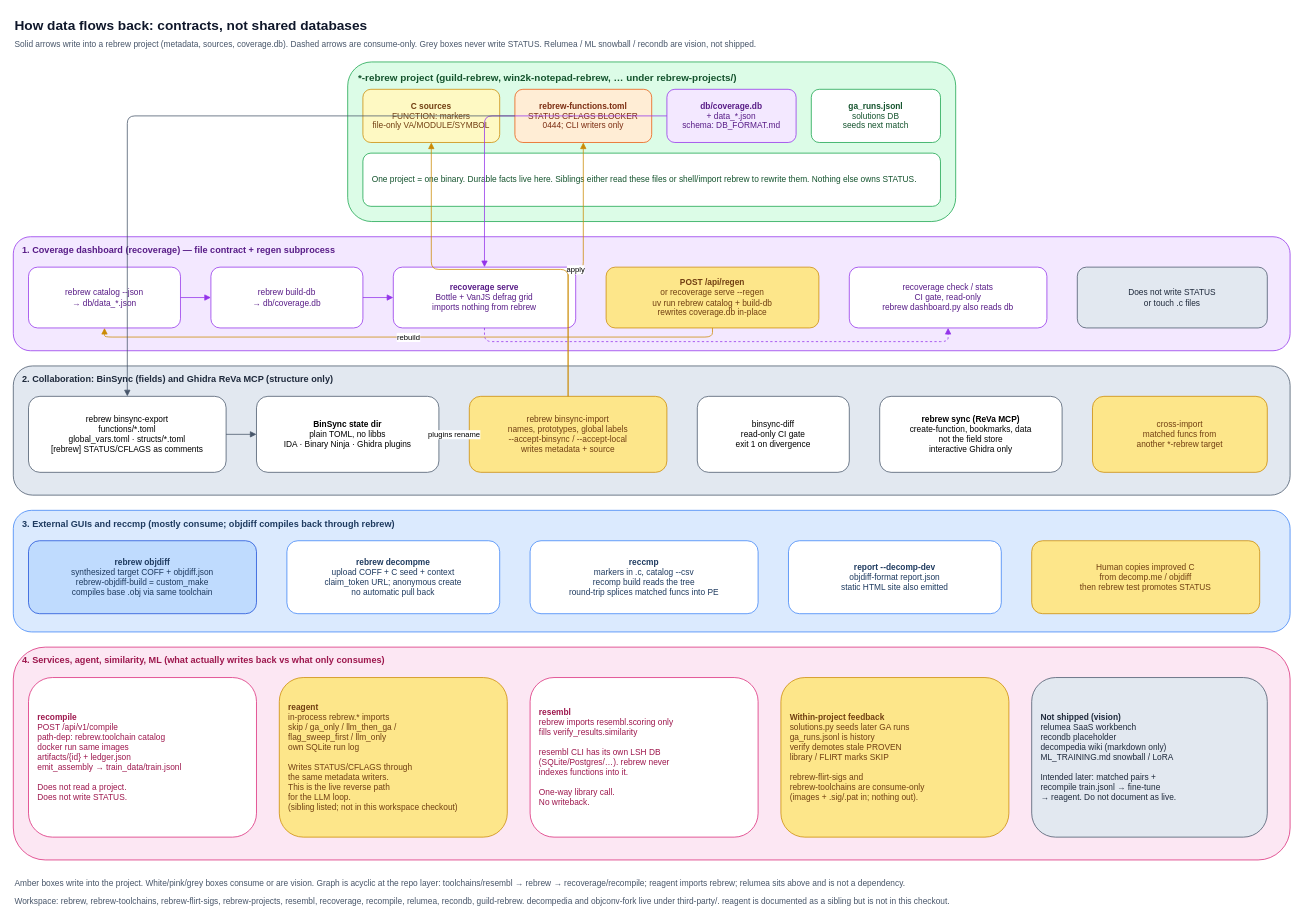
This is page "5. Reverse data flows" (5 of 9) of docs/architecture.drawio from maci0/rebrew, a draw.io file, before an edit. Source tidied: cells renumbered, new cells numbered last; positions are measured from the earlier drawing's top-left corner, leaving out a move shared by most shapes. Both pictures are drawn from the tidied source at 76%, with x=0, y=0 at pixel (13, 13).
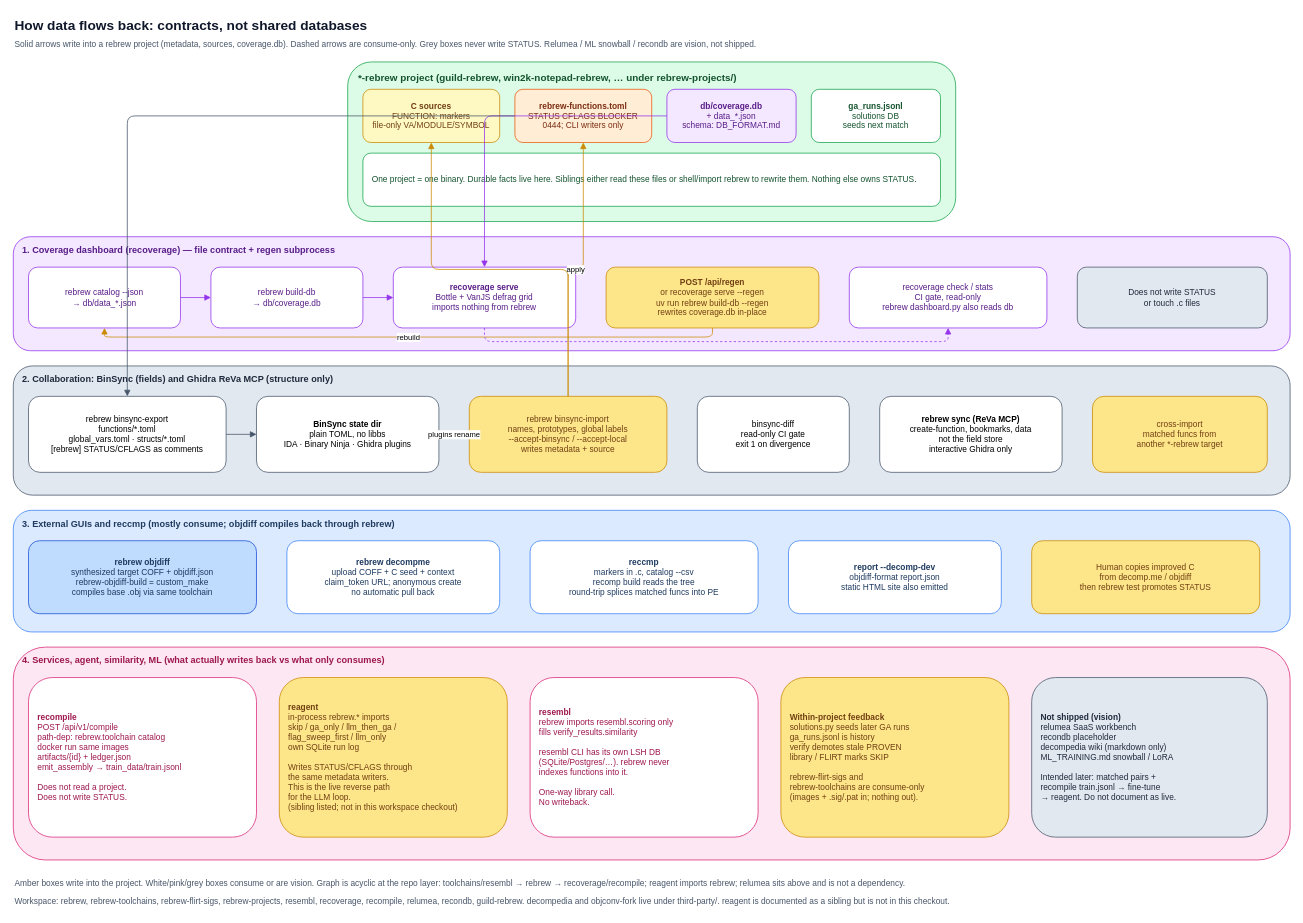
After the change.

What changed in the source:
```diff
@@
-    <mxCell id="14" value="&lt;b&gt;POST /api/regen&lt;/b&gt;&lt;br&gt;or recoverage serve --regen&lt;br&gt;uv run rebrew catalog + build-db&lt;br&gt;rewrites coverage.db in-place" style="rounded=1;whiteSpace=wrap;html=1;fillColor=#fde68a;strokeColor=#ca8a04;fontColor=#713f12;align=center;fontSize=11;" parent="1" vertex="1">
+    <mxCell id="14" value="&lt;b&gt;POST /api/regen&lt;/b&gt;&lt;br&gt;or recoverage serve --regen&lt;br&gt;uv run rebrew build-db --regen&lt;br&gt;rewrites coverage.db in-place" style="rounded=1;whiteSpace=wrap;html=1;fillColor=#fde68a;strokeColor=#ca8a04;fontColor=#713f12;align=center;fontSize=11;" parent="1" vertex="1">
       <mxGeometry x="780" y="334" width="280" height="80" as="geometry" />
     </mxCell>
```
